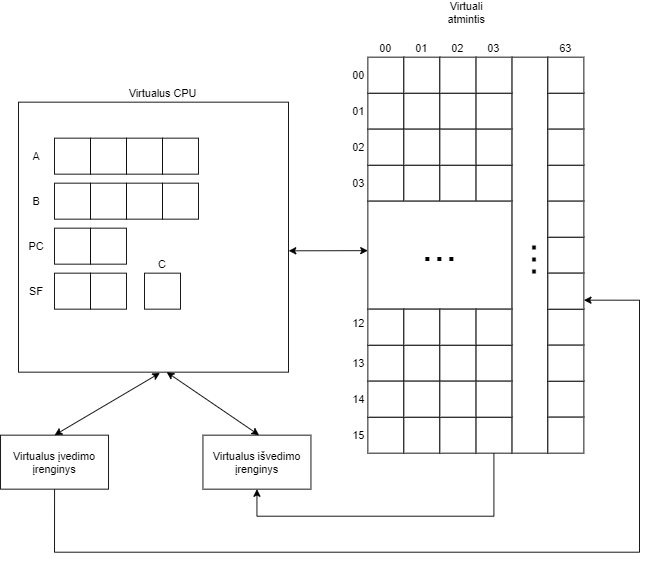
jokubasb/My-OS keeps this draw.io diagram as virtual.png. Above is the earlier version. Source tidied: cells renumbered, new cells last; positions are measured from the earlier drawing's top-left corner, leaving out a move shared by most shapes. Source of this version:
```xml
<mxGraphModel>
  <root>
    <mxCell id="0" />
    <mxCell id="1" parent="0" />
    <mxCell id="2" style="whiteSpace=wrap;html=1;" parent="1" vertex="1">
      <mxGeometry x="20" y="110" width="300" height="300" as="geometry" />
    </mxCell>
    <mxCell id="3" style="whiteSpace=wrap;html=1;" parent="1" vertex="1">
      <mxGeometry x="60" y="250" width="40" height="40" as="geometry" />
    </mxCell>
    <mxCell id="4" style="whiteSpace=wrap;html=1;" parent="1" vertex="1">
      <mxGeometry x="100" y="250" width="40" height="40" as="geometry" />
    </mxCell>
    <mxCell id="5" style="whiteSpace=wrap;html=1;" parent="1" vertex="1">
      <mxGeometry x="60" y="300" width="40" height="40" as="geometry" />
    </mxCell>
    <mxCell id="6" style="whiteSpace=wrap;html=1;" parent="1" vertex="1">
      <mxGeometry x="100" y="300" width="40" height="40" as="geometry" />
    </mxCell>
    <mxCell id="7" style="whiteSpace=wrap;html=1;" parent="1" vertex="1">
      <mxGeometry x="60" y="200" width="40" height="40" as="geometry" />
    </mxCell>
    <mxCell id="8" style="whiteSpace=wrap;html=1;" parent="1" vertex="1">
      <mxGeometry x="100" y="200" width="40" height="40" as="geometry" />
    </mxCell>
    <mxCell id="9" style="whiteSpace=wrap;html=1;" parent="1" vertex="1">
      <mxGeometry x="140" y="200" width="40" height="40" as="geometry" />
    </mxCell>
    <mxCell id="10" style="whiteSpace=wrap;html=1;" parent="1" vertex="1">
      <mxGeometry x="180" y="200" width="40" height="40" as="geometry" />
    </mxCell>
    <mxCell id="11" style="whiteSpace=wrap;html=1;" parent="1" vertex="1">
      <mxGeometry x="160" y="300" width="40" height="40" as="geometry" />
    </mxCell>
    <mxCell id="12" value="SF" style="text;html=1;strokeColor=none;fillColor=none;align=center;verticalAlign=middle;whiteSpace=wrap;rounded=0;" parent="1" vertex="1">
      <mxGeometry x="20" y="310" width="40" height="20" as="geometry" />
    </mxCell>
    <mxCell id="13" value="B" style="text;html=1;strokeColor=none;fillColor=none;align=center;verticalAlign=middle;whiteSpace=wrap;rounded=0;" parent="1" vertex="1">
      <mxGeometry x="20" y="210" width="40" height="20" as="geometry" />
    </mxCell>
    <mxCell id="14" value="PC" style="text;html=1;strokeColor=none;fillColor=none;align=center;verticalAlign=middle;whiteSpace=wrap;rounded=0;" parent="1" vertex="1">
      <mxGeometry x="20" y="260" width="40" height="20" as="geometry" />
    </mxCell>
    <mxCell id="15" style="whiteSpace=wrap;html=1;" parent="1" vertex="1">
      <mxGeometry x="60" y="150" width="40" height="40" as="geometry" />
    </mxCell>
    <mxCell id="16" style="whiteSpace=wrap;html=1;" parent="1" vertex="1">
      <mxGeometry x="100" y="150" width="40" height="40" as="geometry" />
    </mxCell>
    <mxCell id="17" style="whiteSpace=wrap;html=1;" parent="1" vertex="1">
      <mxGeometry x="140" y="150" width="40" height="40" as="geometry" />
    </mxCell>
    <mxCell id="18" style="whiteSpace=wrap;html=1;" parent="1" vertex="1">
      <mxGeometry x="180" y="150" width="40" height="40" as="geometry" />
    </mxCell>
    <mxCell id="19" value="A" style="text;html=1;strokeColor=none;fillColor=none;align=center;verticalAlign=middle;whiteSpace=wrap;rounded=0;" parent="1" vertex="1">
      <mxGeometry x="20" y="160" width="40" height="20" as="geometry" />
    </mxCell>
    <mxCell id="20" value="C" style="text;html=1;strokeColor=none;fillColor=none;align=center;verticalAlign=middle;whiteSpace=wrap;rounded=0;" parent="1" vertex="1">
      <mxGeometry x="160" y="280" width="40" height="20" as="geometry" />
    </mxCell>
    <mxCell id="21" style="edgeStyle=orthogonalEdgeStyle;rounded=0;jettySize=auto;html=1;entryX=1;entryY=0.75;entryDx=0;entryDy=0;exitX=0.5;exitY=1;exitDx=0;exitDy=0;" parent="1" edge="1" source="22" target="69">
      <mxGeometry relative="1" as="geometry">
        <Array as="points">
          <mxPoint x="60" y="610" />
          <mxPoint x="710" y="610" />
          <mxPoint x="710" y="330" />
        </Array>
      </mxGeometry>
    </mxCell>
    <mxCell id="22" value="Virtualus įvedimo įrenginys" style="rounded=0;whiteSpace=wrap;html=1;" parent="1" vertex="1">
      <mxGeometry x="0.1" y="480" width="120" height="60" as="geometry" />
    </mxCell>
    <mxCell id="23" style="endArrow=classic;startArrow=classic;html=1;" parent="1" edge="1">
      <mxGeometry relative="1" as="geometry">
        <mxPoint x="408.2" y="275" as="sourcePoint" />
        <mxPoint x="320.2" y="275.2" as="targetPoint" />
      </mxGeometry>
    </mxCell>
    <mxCell id="24" style="endArrow=classic;startArrow=classic;html=1;exitX=0.25;exitY=0;exitDx=0;exitDy=0;entryX=0.549;entryY=1;entryDx=0;entryDy=0;entryPerimeter=0;" parent="1" edge="1" target="2">
      <mxGeometry relative="1" as="geometry">
        <mxPoint x="287.4" y="480" as="sourcePoint" />
      </mxGeometry>
    </mxCell>
    <mxCell id="25" value="Virtuali&lt;br&gt;atmintis" style="text;html=1;strokeColor=none;fillColor=none;align=center;verticalAlign=middle;whiteSpace=wrap;rounded=0;" parent="1" vertex="1">
      <mxGeometry x="498.2" width="40" height="20" as="geometry" />
    </mxCell>
    <mxCell id="26" value="Virtualus CPU" style="text;html=1;align=center;verticalAlign=middle;" parent="1" vertex="1">
      <mxGeometry x="135" y="90" width="90" height="20" as="geometry" />
    </mxCell>
    <mxCell id="27" style="whiteSpace=wrap;html=1;" parent="1" vertex="1">
      <mxGeometry x="408.2" y="100" width="40" height="40" as="geometry" />
    </mxCell>
    <mxCell id="28" style="whiteSpace=wrap;html=1;" parent="1" vertex="1">
      <mxGeometry x="448.2" y="100" width="40" height="40" as="geometry" />
    </mxCell>
    <mxCell id="29" style="whiteSpace=wrap;html=1;" parent="1" vertex="1">
      <mxGeometry x="408.2" y="60" width="40" height="40" as="geometry" />
    </mxCell>
    <mxCell id="30" style="whiteSpace=wrap;html=1;" parent="1" vertex="1">
      <mxGeometry x="448.2" y="60" width="40" height="40" as="geometry" />
    </mxCell>
    <mxCell id="31" style="rounded=0;whiteSpace=wrap;html=1;" parent="1" vertex="1">
      <mxGeometry x="568.2" y="60" width="40" height="440" as="geometry" />
    </mxCell>
    <mxCell id="32" style="whiteSpace=wrap;html=1;" parent="1" vertex="1">
      <mxGeometry x="528.2" y="100" width="40" height="40" as="geometry" />
    </mxCell>
    <mxCell id="33" style="whiteSpace=wrap;html=1;" parent="1" vertex="1">
      <mxGeometry x="528.2" y="60" width="40" height="40" as="geometry" />
    </mxCell>
    <mxCell id="34" style="whiteSpace=wrap;html=1;" parent="1" vertex="1">
      <mxGeometry x="488.2" y="100" width="40" height="40" as="geometry" />
    </mxCell>
    <mxCell id="35" style="whiteSpace=wrap;html=1;" parent="1" vertex="1">
      <mxGeometry x="488.2" y="60" width="40" height="40" as="geometry" />
    </mxCell>
    <mxCell id="36" style="whiteSpace=wrap;html=1;" parent="1" vertex="1">
      <mxGeometry x="608.2" y="100" width="40" height="40" as="geometry" />
    </mxCell>
    <mxCell id="37" style="whiteSpace=wrap;html=1;" parent="1" vertex="1">
      <mxGeometry x="608.2" y="60" width="40" height="40" as="geometry" />
    </mxCell>
    <mxCell id="38" style="whiteSpace=wrap;html=1;" parent="1" vertex="1">
      <mxGeometry x="408.2" y="180" width="40" height="40" as="geometry" />
    </mxCell>
    <mxCell id="39" style="whiteSpace=wrap;html=1;" parent="1" vertex="1">
      <mxGeometry x="448.2" y="180" width="40" height="40" as="geometry" />
    </mxCell>
    <mxCell id="40" style="whiteSpace=wrap;html=1;" parent="1" vertex="1">
      <mxGeometry x="408.2" y="140" width="40" height="40" as="geometry" />
    </mxCell>
    <mxCell id="41" style="whiteSpace=wrap;html=1;" parent="1" vertex="1">
      <mxGeometry x="448.2" y="140" width="40" height="40" as="geometry" />
    </mxCell>
    <mxCell id="42" style="whiteSpace=wrap;html=1;" parent="1" vertex="1">
      <mxGeometry x="528.2" y="180" width="40" height="40" as="geometry" />
    </mxCell>
    <mxCell id="43" style="whiteSpace=wrap;html=1;" parent="1" vertex="1">
      <mxGeometry x="528.2" y="140" width="40" height="40" as="geometry" />
    </mxCell>
    <mxCell id="44" style="whiteSpace=wrap;html=1;" parent="1" vertex="1">
      <mxGeometry x="488.2" y="180" width="40" height="40" as="geometry" />
    </mxCell>
    <mxCell id="45" style="whiteSpace=wrap;html=1;" parent="1" vertex="1">
      <mxGeometry x="488.2" y="140" width="40" height="40" as="geometry" />
    </mxCell>
    <mxCell id="46" style="rounded=0;whiteSpace=wrap;html=1;" parent="1" vertex="1">
      <mxGeometry x="408.2" y="220" width="160" height="120" as="geometry" />
    </mxCell>
    <mxCell id="47" style="whiteSpace=wrap;html=1;" parent="1" vertex="1">
      <mxGeometry x="408.2" y="380" width="40" height="40" as="geometry" />
    </mxCell>
    <mxCell id="48" style="whiteSpace=wrap;html=1;" parent="1" vertex="1">
      <mxGeometry x="448.2" y="380" width="40" height="40" as="geometry" />
    </mxCell>
    <mxCell id="49" style="whiteSpace=wrap;html=1;" parent="1" vertex="1">
      <mxGeometry x="408.2" y="340" width="40" height="40" as="geometry" />
    </mxCell>
    <mxCell id="50" style="whiteSpace=wrap;html=1;" parent="1" vertex="1">
      <mxGeometry x="448.2" y="340" width="40" height="40" as="geometry" />
    </mxCell>
    <mxCell id="51" style="whiteSpace=wrap;html=1;" parent="1" vertex="1">
      <mxGeometry x="528.2" y="380" width="40" height="40" as="geometry" />
    </mxCell>
    <mxCell id="52" style="whiteSpace=wrap;html=1;" parent="1" vertex="1">
      <mxGeometry x="528.2" y="340" width="40" height="40" as="geometry" />
    </mxCell>
    <mxCell id="53" style="whiteSpace=wrap;html=1;" parent="1" vertex="1">
      <mxGeometry x="488.2" y="380" width="40" height="40" as="geometry" />
    </mxCell>
    <mxCell id="54" style="whiteSpace=wrap;html=1;" parent="1" vertex="1">
      <mxGeometry x="488.2" y="340" width="40" height="40" as="geometry" />
    </mxCell>
    <mxCell id="55" style="whiteSpace=wrap;html=1;" parent="1" vertex="1">
      <mxGeometry x="408.2" y="460" width="40" height="40" as="geometry" />
    </mxCell>
    <mxCell id="56" style="whiteSpace=wrap;html=1;" parent="1" vertex="1">
      <mxGeometry x="448.2" y="460" width="40" height="40" as="geometry" />
    </mxCell>
    <mxCell id="57" style="whiteSpace=wrap;html=1;" parent="1" vertex="1">
      <mxGeometry x="408.2" y="420" width="40" height="40" as="geometry" />
    </mxCell>
    <mxCell id="58" style="whiteSpace=wrap;html=1;" parent="1" vertex="1">
      <mxGeometry x="448.2" y="420" width="40" height="40" as="geometry" />
    </mxCell>
    <mxCell id="59" style="edgeStyle=orthogonalEdgeStyle;rounded=0;jettySize=auto;html=1;entryX=0.5;entryY=1;entryDx=0;entryDy=0;" parent="1" edge="1" source="60">
      <mxGeometry relative="1" as="geometry">
        <mxPoint x="285" y="540" as="targetPoint" />
        <Array as="points">
          <mxPoint x="548" y="570" />
          <mxPoint x="285" y="570" />
        </Array>
      </mxGeometry>
    </mxCell>
    <mxCell id="60" style="whiteSpace=wrap;html=1;" parent="1" vertex="1">
      <mxGeometry x="528.2" y="460" width="40" height="40" as="geometry" />
    </mxCell>
    <mxCell id="61" style="whiteSpace=wrap;html=1;" parent="1" vertex="1">
      <mxGeometry x="528.2" y="420" width="40" height="40" as="geometry" />
    </mxCell>
    <mxCell id="62" style="whiteSpace=wrap;html=1;" parent="1" vertex="1">
      <mxGeometry x="488.2" y="460" width="40" height="40" as="geometry" />
    </mxCell>
    <mxCell id="63" style="whiteSpace=wrap;html=1;" parent="1" vertex="1">
      <mxGeometry x="488.2" y="420" width="40" height="40" as="geometry" />
    </mxCell>
    <mxCell id="64" style="whiteSpace=wrap;html=1;" parent="1" vertex="1">
      <mxGeometry x="608.2" y="180" width="40" height="40" as="geometry" />
    </mxCell>
    <mxCell id="65" style="whiteSpace=wrap;html=1;" parent="1" vertex="1">
      <mxGeometry x="608.2" y="140" width="40" height="40" as="geometry" />
    </mxCell>
    <mxCell id="66" style="whiteSpace=wrap;html=1;" parent="1" vertex="1">
      <mxGeometry x="608.2" y="260" width="40" height="40" as="geometry" />
    </mxCell>
    <mxCell id="67" style="whiteSpace=wrap;html=1;" parent="1" vertex="1">
      <mxGeometry x="608.2" y="220" width="40" height="40" as="geometry" />
    </mxCell>
    <mxCell id="68" style="whiteSpace=wrap;html=1;" parent="1" vertex="1">
      <mxGeometry x="608.2" y="340" width="40" height="40" as="geometry" />
    </mxCell>
    <mxCell id="69" style="whiteSpace=wrap;html=1;" parent="1" vertex="1">
      <mxGeometry x="608.2" y="300" width="40" height="40" as="geometry" />
    </mxCell>
    <mxCell id="70" style="whiteSpace=wrap;html=1;" parent="1" vertex="1">
      <mxGeometry x="608.2" y="420" width="40" height="40" as="geometry" />
    </mxCell>
    <mxCell id="71" style="whiteSpace=wrap;html=1;" parent="1" vertex="1">
      <mxGeometry x="608.2" y="380" width="40" height="40" as="geometry" />
    </mxCell>
    <mxCell id="72" style="whiteSpace=wrap;html=1;" parent="1" vertex="1">
      <mxGeometry x="608.2" y="460" width="40" height="40" as="geometry" />
    </mxCell>
    <mxCell id="73" value="&lt;font style=&quot;font-size: 48px&quot;&gt;...&lt;/font&gt;" style="text;html=1;strokeColor=none;fillColor=none;align=center;verticalAlign=middle;whiteSpace=wrap;rounded=0;" parent="1" vertex="1">
      <mxGeometry x="468.2" y="260" width="40" height="20" as="geometry" />
    </mxCell>
    <mxCell id="74" value="&lt;font style=&quot;font-size: 48px&quot;&gt;...&lt;/font&gt;" style="text;html=1;strokeColor=none;fillColor=none;align=center;verticalAlign=middle;whiteSpace=wrap;rounded=0;rotation=-90;" parent="1" vertex="1">
      <mxGeometry x="558.2" y="275" width="40" height="20" as="geometry" />
    </mxCell>
    <mxCell id="75" value="00" style="text;html=1;strokeColor=none;fillColor=none;align=center;verticalAlign=middle;whiteSpace=wrap;rounded=0;" parent="1" vertex="1">
      <mxGeometry x="378.2" y="70" width="40" height="20" as="geometry" />
    </mxCell>
    <mxCell id="76" value="01" style="text;html=1;strokeColor=none;fillColor=none;align=center;verticalAlign=middle;whiteSpace=wrap;rounded=0;" parent="1" vertex="1">
      <mxGeometry x="378.2" y="110" width="40" height="20" as="geometry" />
    </mxCell>
    <mxCell id="77" value="03" style="text;html=1;strokeColor=none;fillColor=none;align=center;verticalAlign=middle;whiteSpace=wrap;rounded=0;" parent="1" vertex="1">
      <mxGeometry x="378.2" y="190" width="40" height="20" as="geometry" />
    </mxCell>
    <mxCell id="78" value="02" style="text;html=1;strokeColor=none;fillColor=none;align=center;verticalAlign=middle;whiteSpace=wrap;rounded=0;" parent="1" vertex="1">
      <mxGeometry x="378.2" y="150" width="40" height="20" as="geometry" />
    </mxCell>
    <mxCell id="79" value="15" style="text;html=1;strokeColor=none;fillColor=none;align=center;verticalAlign=middle;whiteSpace=wrap;rounded=0;" parent="1" vertex="1">
      <mxGeometry x="378.2" y="470" width="40" height="20" as="geometry" />
    </mxCell>
    <mxCell id="80" value="14" style="text;html=1;strokeColor=none;fillColor=none;align=center;verticalAlign=middle;whiteSpace=wrap;rounded=0;" parent="1" vertex="1">
      <mxGeometry x="378.2" y="430" width="40" height="20" as="geometry" />
    </mxCell>
    <mxCell id="81" value="13" style="text;html=1;strokeColor=none;fillColor=none;align=center;verticalAlign=middle;whiteSpace=wrap;rounded=0;" parent="1" vertex="1">
      <mxGeometry x="378.2" y="390" width="40" height="20" as="geometry" />
    </mxCell>
    <mxCell id="82" value="12" style="text;html=1;strokeColor=none;fillColor=none;align=center;verticalAlign=middle;whiteSpace=wrap;rounded=0;" parent="1" vertex="1">
      <mxGeometry x="378.2" y="345" width="40" height="20" as="geometry" />
    </mxCell>
    <mxCell id="83" value="00" style="text;html=1;strokeColor=none;fillColor=none;align=center;verticalAlign=middle;whiteSpace=wrap;rounded=0;" parent="1" vertex="1">
      <mxGeometry x="408.2" y="40" width="40" height="20" as="geometry" />
    </mxCell>
    <mxCell id="84" value="01" style="text;html=1;strokeColor=none;fillColor=none;align=center;verticalAlign=middle;whiteSpace=wrap;rounded=0;" parent="1" vertex="1">
      <mxGeometry x="448.2" y="40" width="40" height="20" as="geometry" />
    </mxCell>
    <mxCell id="85" value="02" style="text;html=1;strokeColor=none;fillColor=none;align=center;verticalAlign=middle;whiteSpace=wrap;rounded=0;" parent="1" vertex="1">
      <mxGeometry x="488.2" y="40" width="40" height="20" as="geometry" />
    </mxCell>
    <mxCell id="86" value="03" style="text;html=1;strokeColor=none;fillColor=none;align=center;verticalAlign=middle;whiteSpace=wrap;rounded=0;" parent="1" vertex="1">
      <mxGeometry x="528.2" y="40" width="40" height="20" as="geometry" />
    </mxCell>
    <mxCell id="87" value="63" style="text;html=1;strokeColor=none;fillColor=none;align=center;verticalAlign=middle;whiteSpace=wrap;rounded=0;" parent="1" vertex="1">
      <mxGeometry x="608.2" y="40" width="40" height="20" as="geometry" />
    </mxCell>
    <mxCell id="88" style="endArrow=classic;startArrow=classic;html=1;exitX=0.5;exitY=0;exitDx=0;exitDy=0;entryX=0.524;entryY=1.003;entryDx=0;entryDy=0;entryPerimeter=0;" parent="1" edge="1" source="22" target="2">
      <mxGeometry relative="1" as="geometry" />
    </mxCell>
    <mxCell id="89" value="Virtualus išvedimo įrenginys" style="rounded=0;whiteSpace=wrap;html=1;" parent="1" vertex="1">
      <mxGeometry x="225" y="480" width="120" height="60" as="geometry" />
    </mxCell>
  </root>
</mxGraphModel>
```
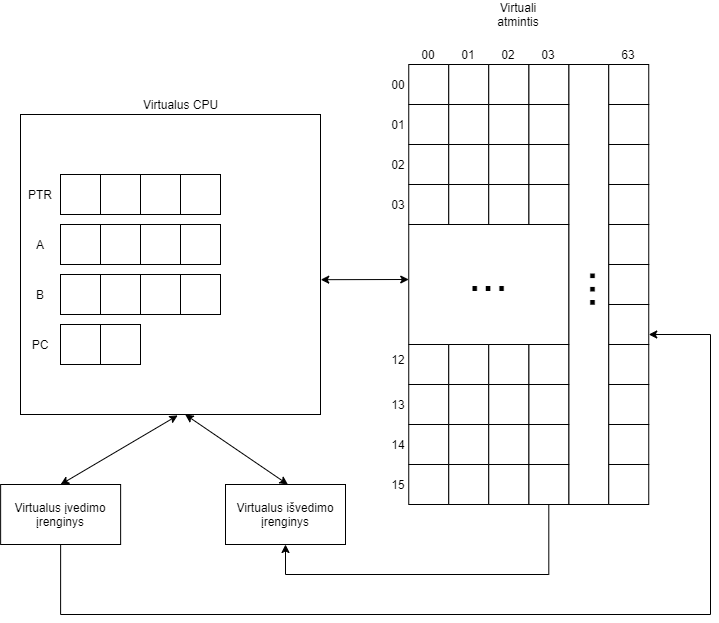
Above is the later version.

What changed in the source:
```diff
@@ -6,59 +6,44 @@
       <mxGeometry x="20" y="110" width="300" height="300" as="geometry" />
     </mxCell>
     <mxCell id="3" style="whiteSpace=wrap;html=1;" parent="1" vertex="1">
-      <mxGeometry x="60" y="250" width="40" height="40" as="geometry" />
+      <mxGeometry x="60" y="320" width="40" height="40" as="geometry" />
     </mxCell>
     <mxCell id="4" style="whiteSpace=wrap;html=1;" parent="1" vertex="1">
-      <mxGeometry x="100" y="250" width="40" height="40" as="geometry" />
+      <mxGeometry x="100" y="320" width="40" height="40" as="geometry" />
     </mxCell>
-    <mxCell id="5" style="whiteSpace=wrap;html=1;" parent="1" vertex="1">
-      <mxGeometry x="60" y="300" width="40" height="40" as="geometry" />
-    </mxCell>
-    <mxCell id="6" style="whiteSpace=wrap;html=1;" parent="1" vertex="1">
-      <mxGeometry x="100" y="300" width="40" height="40" as="geometry" />
-    </mxCell>
     <mxCell id="7" style="whiteSpace=wrap;html=1;" parent="1" vertex="1">
-      <mxGeometry x="60" y="200" width="40" height="40" as="geometry" />
+      <mxGeometry x="60" y="270" width="40" height="40" as="geometry" />
     </mxCell>
     <mxCell id="8" style="whiteSpace=wrap;html=1;" parent="1" vertex="1">
-      <mxGeometry x="100" y="200" width="40" height="40" as="geometry" />
+      <mxGeometry x="100" y="270" width="40" height="40" as="geometry" />
     </mxCell>
     <mxCell id="9" style="whiteSpace=wrap;html=1;" parent="1" vertex="1">
-      <mxGeometry x="140" y="200" width="40" height="40" as="geometry" />
+      <mxGeometry x="140" y="270" width="40" height="40" as="geometry" />
     </mxCell>
     <mxCell id="10" style="whiteSpace=wrap;html=1;" parent="1" vertex="1">
-      <mxGeometry x="180" y="200" width="40" height="40" as="geometry" />
+      <mxGeometry x="180" y="270" width="40" height="40" as="geometry" />
     </mxCell>
-    <mxCell id="11" style="whiteSpace=wrap;html=1;" parent="1" vertex="1">
-      <mxGeometry x="160" y="300" width="40" height="40" as="geometry" />
-    </mxCell>
-    <mxCell id="12" value="SF" style="text;html=1;strokeColor=none;fillColor=none;align=center;verticalAlign=middle;whiteSpace=wrap;rounded=0;" parent="1" vertex="1">
-      <mxGeometry x="20" y="310" width="40" height="20" as="geometry" />
-    </mxCell>
     <mxCell id="13" value="B" style="text;html=1;strokeColor=none;fillColor=none;align=center;verticalAlign=middle;whiteSpace=wrap;rounded=0;" parent="1" vertex="1">
-      <mxGeometry x="20" y="210" width="40" height="20" as="geometry" />
+      <mxGeometry x="20" y="280" width="40" height="20" as="geometry" />
     </mxCell>
     <mxCell id="14" value="PC" style="text;html=1;strokeColor=none;fillColor=none;align=center;verticalAlign=middle;whiteSpace=wrap;rounded=0;" parent="1" vertex="1">
-      <mxGeometry x="20" y="260" width="40" height="20" as="geometry" />
+      <mxGeometry x="20" y="330" width="40" height="20" as="geometry" />
     </mxCell>
     <mxCell id="15" style="whiteSpace=wrap;html=1;" parent="1" vertex="1">
-      <mxGeometry x="60" y="150" width="40" height="40" as="geometry" />
+      <mxGeometry x="60" y="220" width="40" height="40" as="geometry" />
     </mxCell>
     <mxCell id="16" style="whiteSpace=wrap;html=1;" parent="1" vertex="1">
-      <mxGeometry x="100" y="150" width="40" height="40" as="geometry" />
+      <mxGeometry x="100" y="220" width="40" height="40" as="geometry" />
     </mxCell>
     <mxCell id="17" style="whiteSpace=wrap;html=1;" parent="1" vertex="1">
-      <mxGeometry x="140" y="150" width="40" height="40" as="geometry" />
+      <mxGeometry x="140" y="220" width="40" height="40" as="geometry" />
     </mxCell>
     <mxCell id="18" style="whiteSpace=wrap;html=1;" parent="1" vertex="1">
-      <mxGeometry x="180" y="150" width="40" height="40" as="geometry" />
+      <mxGeometry x="180" y="220" width="40" height="40" as="geometry" />
     </mxCell>
     <mxCell id="19" value="A" style="text;html=1;strokeColor=none;fillColor=none;align=center;verticalAlign=middle;whiteSpace=wrap;rounded=0;" parent="1" vertex="1">
-      <mxGeometry x="20" y="160" width="40" height="20" as="geometry" />
+      <mxGeometry x="20" y="230" width="40" height="20" as="geometry" />
     </mxCell>
-    <mxCell id="20" value="C" style="text;html=1;strokeColor=none;fillColor=none;align=center;verticalAlign=middle;whiteSpace=wrap;rounded=0;" parent="1" vertex="1">
-      <mxGeometry x="160" y="280" width="40" height="20" as="geometry" />
-    </mxCell>
     <mxCell id="21" style="edgeStyle=orthogonalEdgeStyle;rounded=0;jettySize=auto;html=1;entryX=1;entryY=0.75;entryDx=0;entryDy=0;exitX=0.5;exitY=1;exitDx=0;exitDy=0;" parent="1" edge="1" source="22" target="69">
       <mxGeometry relative="1" as="geometry">
         <Array as="points">
@@ -283,5 +268,20 @@
     <mxCell id="89" value="Virtualus išvedimo įrenginys" style="rounded=0;whiteSpace=wrap;html=1;" parent="1" vertex="1">
       <mxGeometry x="225" y="480" width="120" height="60" as="geometry" />
     </mxCell>
+    <mxCell id="90" style="whiteSpace=wrap;html=1;" parent="1" vertex="1">
+      <mxGeometry x="100" y="170" width="40" height="40" as="geometry" />
+    </mxCell>
+    <mxCell id="91" style="whiteSpace=wrap;html=1;" parent="1" vertex="1">
+      <mxGeometry x="180" y="170" width="40" height="40" as="geometry" />
+    </mxCell>
+    <mxCell id="92" value="PTR" style="text;html=1;strokeColor=none;fillColor=none;align=center;verticalAlign=middle;whiteSpace=wrap;rounded=0;" parent="1" vertex="1">
+      <mxGeometry x="20" y="180" width="40" height="20" as="geometry" />
+    </mxCell>
+    <mxCell id="93" style="whiteSpace=wrap;html=1;" parent="1" vertex="1">
+      <mxGeometry x="140" y="170" width="40" height="40" as="geometry" />
+    </mxCell>
+    <mxCell id="94" style="whiteSpace=wrap;html=1;" parent="1" vertex="1">
+      <mxGeometry x="60" y="170" width="40" height="40" as="geometry" />
+    </mxCell>
   </root>
 </mxGraphModel>
```
